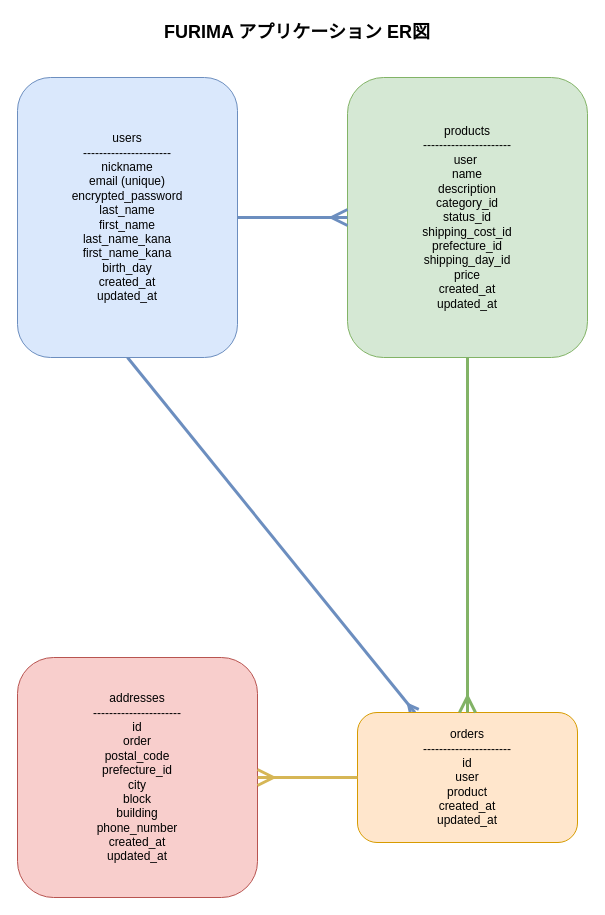
sugita-daiki/furima-46335 keeps this draw.io diagram as furima-46335.drawio. Above is the earlier version. Source tidied: cells renumbered, new cells numbered last; positions are measured from the earlier drawing's top-left corner, leaving out a move shared by most shapes. Both pictures are drawn from the tidied source at 100%, with x=0, y=0 at pixel (17, 17).
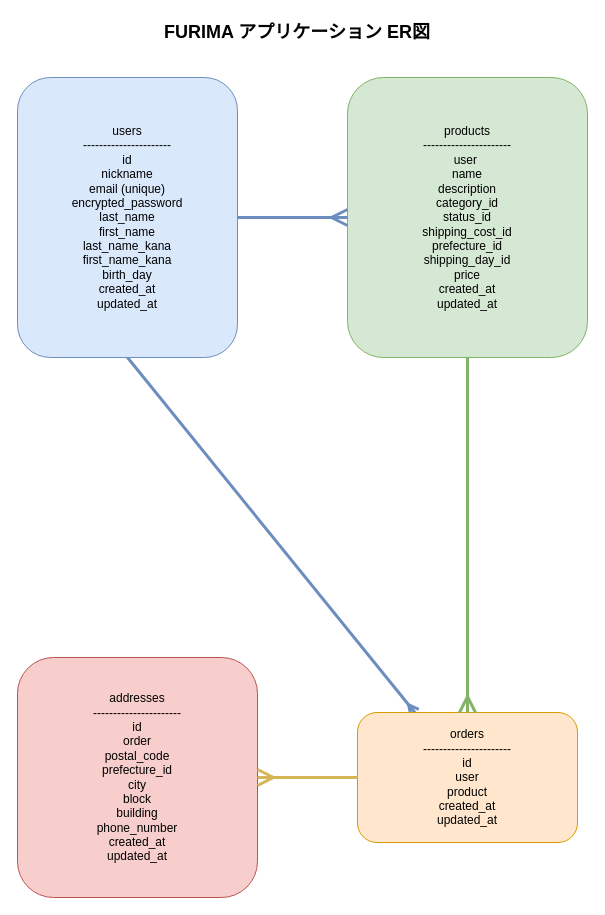
The same page after the edit.

Diff of the diagram source:
```diff
@@
 <mxGraphModel>
   <root>
     <mxCell id="0" />
     <mxCell id="1" parent="0" />
     <mxCell id="2" style="edgeStyle=none;html=1;exitX=0.5;exitY=1;exitDx=0;exitDy=0;strokeWidth=3;endArrow=ERmany;endFill=0;fillColor=#dae8fc;strokeColor=#6c8ebf;" parent="1" edge="1" source="3" target="5">
       <mxGeometry relative="1" as="geometry" />
     </mxCell>
-    <mxCell id="3" value="users&#10;----------------------&#10;nickname&#10;email (unique)&#10;encrypted_password&#10;last_name&#10;first_name&#10;last_name_kana&#10;first_name_kana&#10;birth_day&#10;created_at&#10;updated_at" style="shape=rectangle;whiteSpace=wrap;rounded=1;fillColor=#dae8fc;strokeColor=#6c8ebf;fontSize=12;" parent="1" vertex="1">
+    <mxCell id="3" value="users&#10;----------------------&#10;id&#10;nickname&#10;email (unique)&#10;encrypted_password&#10;last_name&#10;first_name&#10;last_name_kana&#10;first_name_kana&#10;birth_day&#10;created_at&#10;updated_at" style="shape=rectangle;whiteSpace=wrap;rounded=1;fillColor=#dae8fc;strokeColor=#6c8ebf;fontSize=12;" parent="1" vertex="1">
       <mxGeometry y="60" width="220" height="280" as="geometry" />
     </mxCell>
     <mxCell id="4" value="products&#10;----------------------&#10;user &#10;name&#10;description&#10;category_id&#10;status_id&#10;shipping_cost_id&#10;prefecture_id&#10;shipping_day_id&#10;price&#10;created_at&#10;updated_at" style="shape=rectangle;whiteSpace=wrap;rounded=1;fillColor=#d5e8d4;strokeColor=#82b366;fontSize=12;" parent="1" vertex="1">
       <mxGeometry x="330" y="60" width="240" height="280" as="geometry" />
     </mxCell>
     <mxCell id="5" value="orders&#10;----------------------&#10;id&#10;user&#10;product&#10;created_at&#10;updated_at" style="shape=rectangle;whiteSpace=wrap;rounded=1;fontSize=12;glass=0;fillColor=#ffe6cc;strokeColor=#d79b00;" parent="1" vertex="1">
       <mxGeometry x="340" y="695" width="220" height="130" as="geometry" />
     </mxCell>
     <mxCell id="6" value="addresses&#10;----------------------&#10;id&#10;order&#10;postal_code&#10;prefecture_id&#10;city&#10;block&#10;building&#10;phone_number&#10;created_at&#10;updated_at" style="shape=rectangle;whiteSpace=wrap;rounded=1;fillColor=#f8cecc;strokeColor=#b85450;fontSize=12;" parent="1" vertex="1">
       <mxGeometry y="640" width="240" height="240" as="geometry" />
     </mxCell>
     <mxCell id="7" style="endArrow=ERmany;endFill=0;strokeWidth=3;strokeColor=#6c8ebf;endSize=12;" parent="1" edge="1" source="3" target="4">
       <mxGeometry relative="1" as="geometry">
         <Array as="points">
           <mxPoint x="290" y="200" />
         </Array>
       </mxGeometry>
     </mxCell>
     <mxCell id="8" style="endArrow=ERmany;endFill=0;strokeWidth=3;strokeColor=#82b366;endSize=12;startArrow=none;startFill=0;" parent="1" edge="1" target="5">
       <mxGeometry relative="1" as="geometry">
         <mxPoint x="450" y="340" as="sourcePoint" />
         <Array as="points">
           <mxPoint x="450" y="640" />
         </Array>
       </mxGeometry>
     </mxCell>
     <mxCell id="9" style="endArrow=ERmany;endFill=0;strokeWidth=3;strokeColor=#d6b656;endSize=12;" parent="1" edge="1" source="5" target="6">
       <mxGeometry relative="1" as="geometry" />
     </mxCell>
     <mxCell id="10" value="FURIMA アプリケーション ER図" style="text;html=1;strokeColor=none;fillColor=none;align=center;verticalAlign=middle;whiteSpace=wrap;rounded=0;fontSize=18;fontStyle=1;" parent="1" vertex="1">
       <mxGeometry x="130" width="300" height="30" as="geometry" />
     </mxCell>
   </root>
 </mxGraphModel>
```
